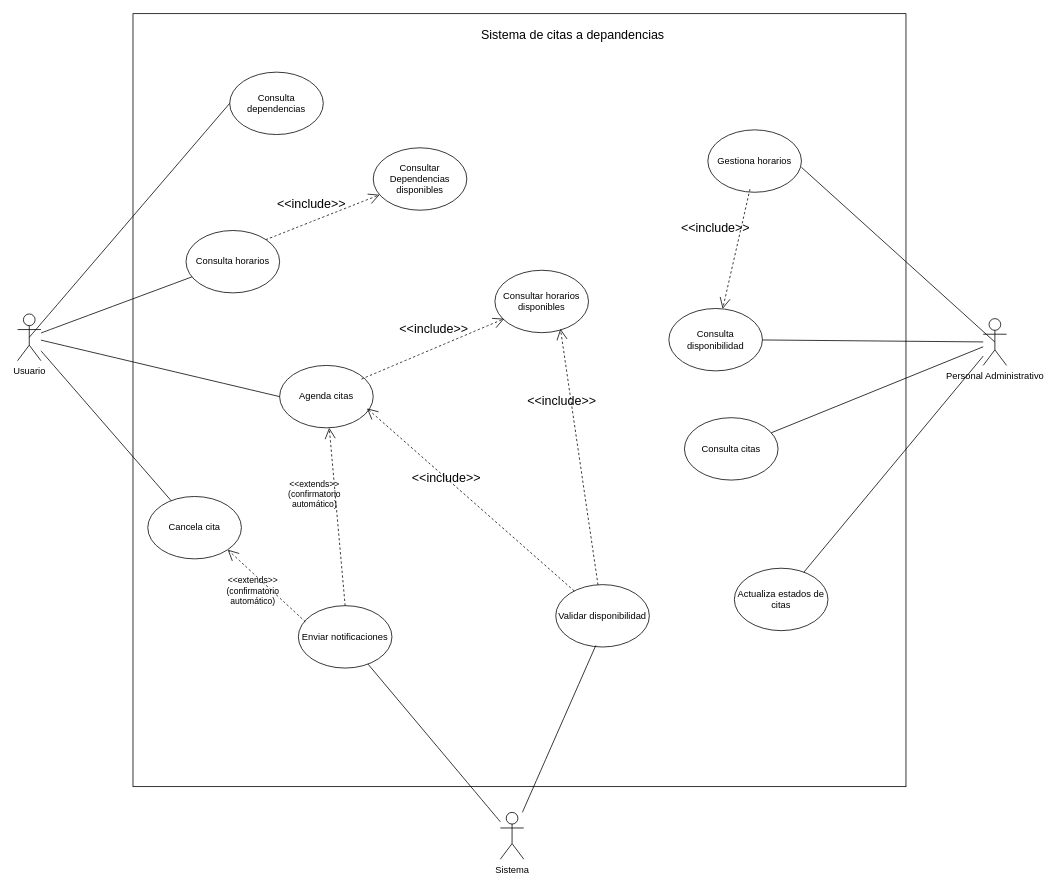
Above: caso_uso_citas.drawio in DrAtl30/potro_citas (draw.io), before the change. Source tidied: cells renumbered, new cells numbered last; positions are measured from the earlier drawing's top-left corner, leaving out a move shared by most shapes. Both pictures are drawn from the tidied source at 78%, with x=0, y=0 at pixel (17, 13).
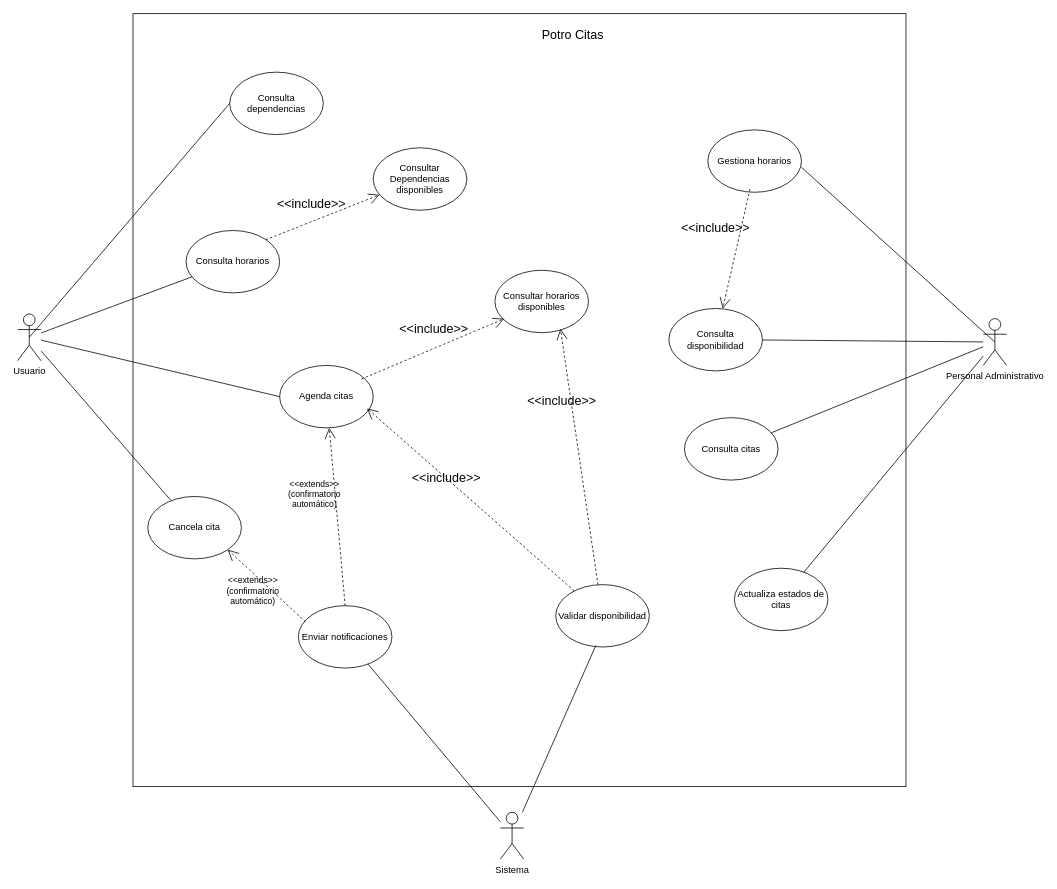
After the change.

Change to the diagram source:
```diff
@@
-    <mxCell id="16" value="Sistema de citas a depandencias" style="text;html=1;align=center;verticalAlign=middle;whiteSpace=wrap;rounded=0;fontSize=16;" parent="1" vertex="1">
+    <mxCell id="16" value="Potro Citas" style="text;html=1;align=center;verticalAlign=middle;whiteSpace=wrap;rounded=0;fontSize=16;" parent="1" vertex="1">
       <mxGeometry x="550" y="12" width="324" height="30" as="geometry" />
     </mxCell>
```
